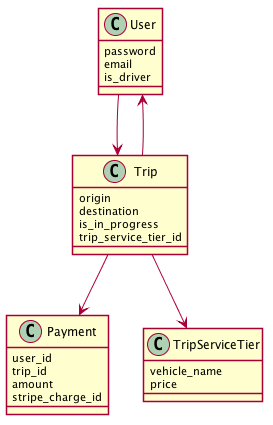
This is diagrams/2-ride-tiers.png from andrewhao/dddrail-talk, a PlantUML export, as it was before one commit. Source of this version:
```plantuml
@startuml
skinparam shadowing false

class User {
  password
  email
  is_driver
}

class Trip {
  origin
  destination
  is_in_progress
  trip_service_tier_id
}

class Payment {
  user_id
  trip_id
  amount
  stripe_charge_id
}

class TripServiceTier {
  vehicle_name
  price
}

User --> Trip
Trip --> User
Trip --> Payment
Trip --> TripServiceTier

@enduml
```
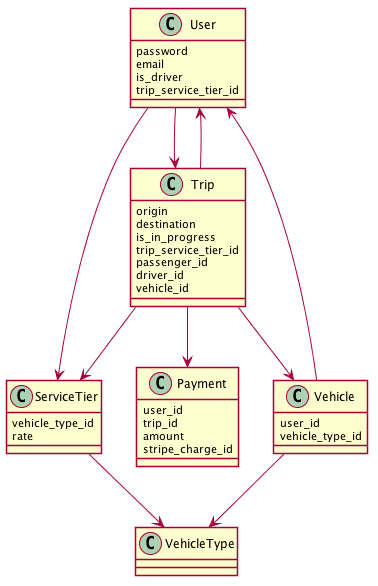
The same diagram one commit later.

The edit, as a diff of the source:
```diff
@@ -5,6 +5,7 @@
   password
   email
   is_driver
+  trip_service_tier_id
 }
 
 class Trip {
@@ -12,6 +13,9 @@
   destination
   is_in_progress
   trip_service_tier_id
+  passenger_id
+  driver_id
+  vehicle_id
 }
 
 class Payment {
@@ -21,14 +25,28 @@
   stripe_charge_id
 }
 
-class TripServiceTier {
-  vehicle_name
-  price
+class Vehicle {
+  user_id
+  vehicle_type_id
 }
+
+class ServiceTier {
+  vehicle_type_id
+  rate
+}
+
+class VehicleType {
+}
+
 
 User --> Trip
 Trip --> User
 Trip --> Payment
-Trip --> TripServiceTier
+Trip --> ServiceTier
+Trip --> Vehicle
+ServiceTier --> VehicleType
+Vehicle --> VehicleType
+Vehicle --> User
+User --> ServiceTier
 
 @enduml
```
